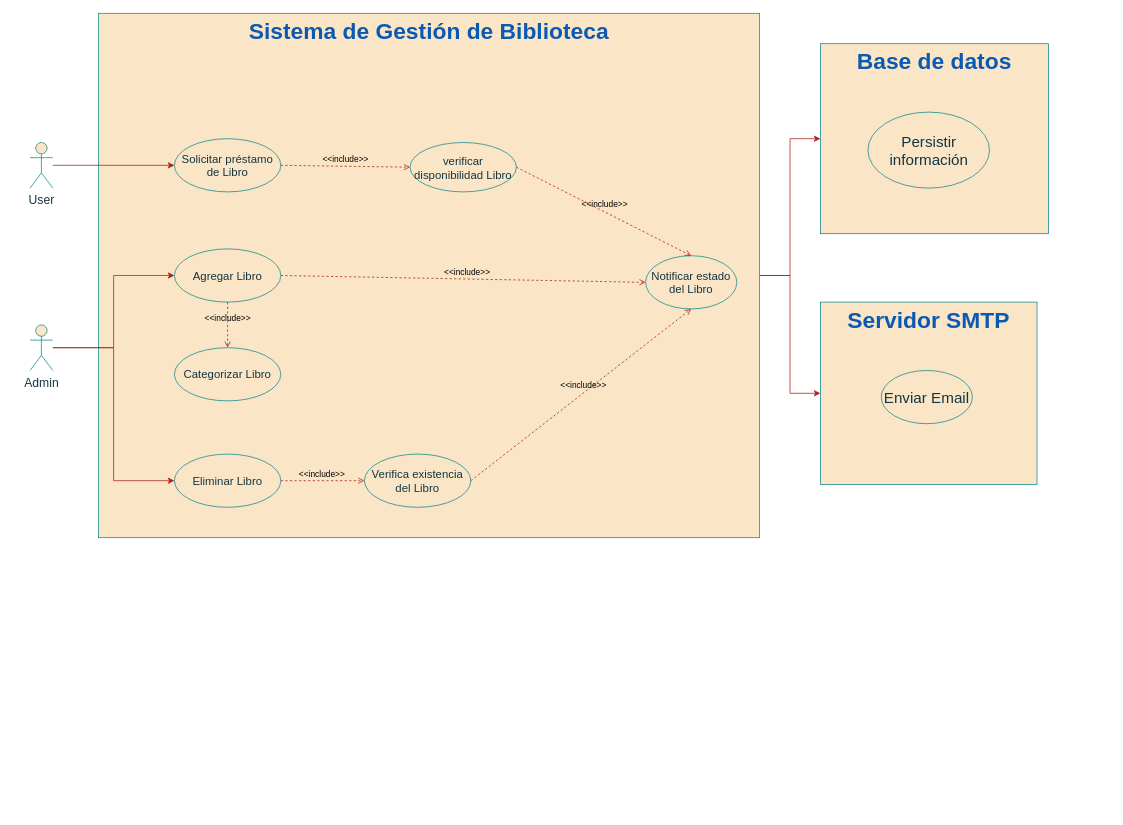
The draw.io diagram page "casosDeUso" (1 of 3) of Biblioteca.drawio in jeacevedo92/Diagramas-Arquitectura, before the edit. Source tidied: cells renumbered, new cells numbered last; positions are measured from the earlier drawing's top-left corner, leaving out a move shared by most shapes. Both pictures are drawn from the tidied source at 76%, with x=0, y=0 at pixel (30, 13).
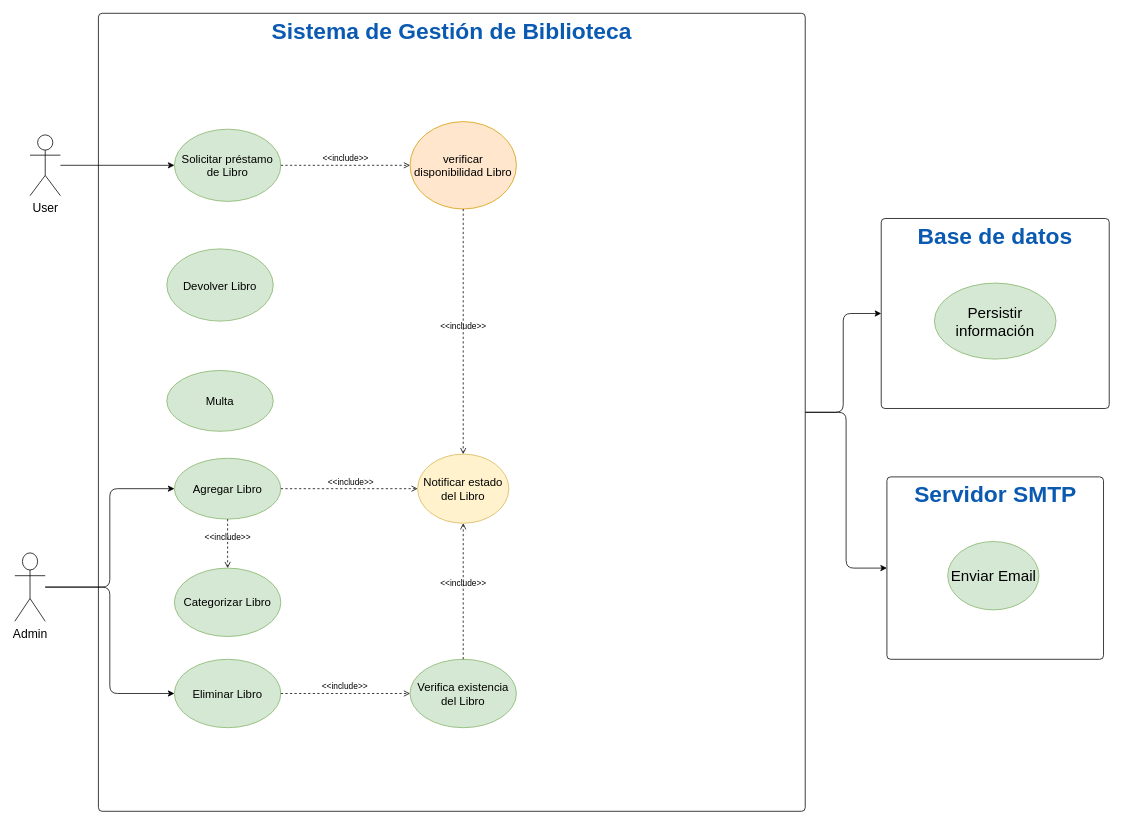
The same diagram, later.

The edit, as a diff of the source:
```diff
@@
-    <mxCell id="2" style="edgeStyle=orthogonalEdgeStyle;rounded=0;jettySize=auto;html=1;entryX=0;entryY=0.5;entryDx=0;entryDy=0;strokeColor=#A8201A;fontColor=#143642;fillColor=#FAE5C7;" parent="1" edge="1" source="4" target="23">
+    <mxCell id="2" style="edgeStyle=orthogonalEdgeStyle;rounded=1;jettySize=auto;html=1;entryX=0;entryY=0.5;entryDx=0;entryDy=0;fontColor=default;labelBackgroundColor=none;" parent="1" edge="1" source="4" target="23">
       <mxGeometry relative="1" as="geometry" />
     </mxCell>
-    <mxCell id="3" style="edgeStyle=orthogonalEdgeStyle;rounded=0;jettySize=auto;html=1;entryX=0;entryY=0.5;entryDx=0;entryDy=0;strokeColor=#A8201A;fontColor=#143642;fillColor=#FAE5C7;" parent="1" edge="1" source="4" target="24">
+    <mxCell id="3" style="edgeStyle=orthogonalEdgeStyle;rounded=1;jettySize=auto;html=1;entryX=0;entryY=0.5;entryDx=0;entryDy=0;fontColor=default;labelBackgroundColor=none;" parent="1" edge="1" source="4" target="24">
       <mxGeometry relative="1" as="geometry" />
     </mxCell>
-    <mxCell id="4" value="&lt;p style=&quot;margin: 0px; font-variant-numeric: normal; font-variant-east-asian: normal; font-variant-alternates: normal; font-kerning: auto; font-optical-sizing: auto; font-feature-settings: normal; font-variation-settings: normal; font-variant-position: normal; font-stretch: normal; line-height: normal; color: rgb(11, 90, 178); -webkit-text-stroke-color: rgb(0, 0, 0);&quot; class=&quot;p1&quot;&gt;&lt;span style=&quot;font-variant-ligatures: no-common-ligatures;&quot; class=&quot;s1&quot;&gt;&lt;b style=&quot;&quot;&gt;&lt;font style=&quot;font-size: 30px;&quot;&gt;Sistema de Gestión de Biblioteca&lt;/font&gt;&lt;/b&gt;&lt;/span&gt;&lt;/p&gt;" style="html=1;align=center;verticalAlign=top;rounded=0;absoluteArcSize=1;arcSize=10;dashed=0;whiteSpace=wrap;labelBackgroundColor=none;labelBorderColor=none;fillColor=#FAE5C7;strokeColor=#0F8B8D;fontColor=#143642;" parent="1" vertex="1">
-      <mxGeometry x="90" width="870" height="690" as="geometry" />
+    <mxCell id="4" value="&lt;p style=&quot;margin: 0px; font-variant-numeric: normal; font-variant-east-asian: normal; font-variant-alternates: normal; font-kerning: auto; font-optical-sizing: auto; font-feature-settings: normal; font-variation-settings: normal; font-variant-position: normal; font-stretch: normal; line-height: normal; color: rgb(11, 90, 178); -webkit-text-stroke-color: rgb(0, 0, 0);&quot; class=&quot;p1&quot;&gt;&lt;span style=&quot;font-variant-ligatures: no-common-ligatures;&quot; class=&quot;s1&quot;&gt;&lt;b style=&quot;&quot;&gt;&lt;font style=&quot;font-size: 30px;&quot;&gt;Sistema de Gestión de Biblioteca&lt;/font&gt;&lt;/b&gt;&lt;/span&gt;&lt;/p&gt;" style="html=1;align=center;verticalAlign=top;rounded=1;absoluteArcSize=1;arcSize=10;dashed=0;whiteSpace=wrap;labelBackgroundColor=none;labelBorderColor=none;" parent="1" vertex="1">
+      <mxGeometry x="90" width="930" height="1050" as="geometry" />
     </mxCell>
-    <mxCell id="5" style="edgeStyle=orthogonalEdgeStyle;rounded=0;jettySize=auto;html=1;entryX=0;entryY=0.5;entryDx=0;entryDy=0;labelBackgroundColor=none;fontColor=default;strokeColor=#A8201A;" parent="1" edge="1" source="6" target="11">
+    <mxCell id="5" style="edgeStyle=orthogonalEdgeStyle;rounded=1;jettySize=auto;html=1;entryX=0;entryY=0.5;entryDx=0;entryDy=0;labelBackgroundColor=none;fontColor=default;" parent="1" edge="1" source="6" target="11">
       <mxGeometry relative="1" as="geometry" />
     </mxCell>
-    <mxCell id="6" value="User" style="shape=umlActor;verticalLabelPosition=bottom;verticalAlign=top;html=1;fontSize=16;labelBackgroundColor=none;rounded=0;fillColor=#FAE5C7;strokeColor=#0F8B8D;fontColor=#143642;" parent="1" vertex="1">
-      <mxGeometry y="170" width="30" height="60" as="geometry" />
+    <mxCell id="6" value="User" style="shape=umlActor;verticalLabelPosition=bottom;verticalAlign=top;html=1;fontSize=16;labelBackgroundColor=none;rounded=1;" parent="1" vertex="1">
+      <mxGeometry y="160" width="40" height="80" as="geometry" />
     </mxCell>
-    <mxCell id="7" value="Agregar Libro" style="ellipse;whiteSpace=wrap;html=1;fontSize=15;labelBackgroundColor=none;rounded=0;fillColor=#FAE5C7;strokeColor=#0F8B8D;fontColor=#143642;" parent="1" vertex="1">
-      <mxGeometry x="190" y="310" width="140" height="70" as="geometry" />
+    <mxCell id="7" value="Agregar Libro" style="ellipse;whiteSpace=wrap;html=1;fontSize=15;labelBackgroundColor=none;rounded=1;fillColor=#d5e8d4;strokeColor=#82b366;" parent="1" vertex="1">
+      <mxGeometry x="190" y="585.5" width="140" height="80" as="geometry" />
     </mxCell>
-    <mxCell id="8" style="edgeStyle=orthogonalEdgeStyle;rounded=0;jettySize=auto;html=1;entryX=0;entryY=0.5;entryDx=0;entryDy=0;labelBackgroundColor=none;fontColor=default;strokeColor=#A8201A;" parent="1" edge="1" source="10" target="7">
+    <mxCell id="8" style="edgeStyle=orthogonalEdgeStyle;rounded=1;jettySize=auto;html=1;entryX=0;entryY=0.5;entryDx=0;entryDy=0;labelBackgroundColor=none;fontColor=default;" parent="1" edge="1" source="10" target="7">
       <mxGeometry relative="1" as="geometry" />
     </mxCell>
-    <mxCell id="9" style="edgeStyle=orthogonalEdgeStyle;rounded=0;jettySize=auto;html=1;entryX=0;entryY=0.5;entryDx=0;entryDy=0;labelBackgroundColor=none;fontColor=default;strokeColor=#A8201A;" parent="1" edge="1" source="10" target="14">
+    <mxCell id="9" style="edgeStyle=orthogonalEdgeStyle;rounded=1;jettySize=auto;html=1;entryX=0;entryY=0.5;entryDx=0;entryDy=0;labelBackgroundColor=none;fontColor=default;" parent="1" edge="1" source="10" target="14">
       <mxGeometry relative="1" as="geometry" />
     </mxCell>
-    <mxCell id="10" value="Admin" style="shape=umlActor;verticalLabelPosition=bottom;verticalAlign=top;html=1;fontSize=16;labelBackgroundColor=none;rounded=0;fillColor=#FAE5C7;strokeColor=#0F8B8D;fontColor=#143642;" parent="1" vertex="1">
-      <mxGeometry y="410" width="30" height="60" as="geometry" />
+    <mxCell id="10" value="Admin" style="shape=umlActor;verticalLabelPosition=bottom;verticalAlign=top;html=1;fontSize=16;labelBackgroundColor=none;rounded=1;" parent="1" vertex="1">
+      <mxGeometry x="-20" y="710" width="40" height="90" as="geometry" />
     </mxCell>
-    <mxCell id="11" value="Solicitar préstamo de Libro" style="ellipse;whiteSpace=wrap;html=1;fontSize=15;labelBackgroundColor=none;rounded=0;fillColor=#FAE5C7;strokeColor=#0F8B8D;fontColor=#143642;" parent="1" vertex="1">
-      <mxGeometry x="190" y="165" width="140" height="70" as="geometry" />
+    <mxCell id="11" value="Solicitar préstamo de Libro" style="ellipse;whiteSpace=wrap;html=1;fontSize=15;labelBackgroundColor=none;rounded=1;fillColor=#d5e8d4;strokeColor=#82b366;" parent="1" vertex="1">
+      <mxGeometry x="190" y="152.5" width="140" height="95" as="geometry" />
     </mxCell>
-    <mxCell id="12" value="verificar disponibilidad Libro" style="ellipse;whiteSpace=wrap;html=1;fontSize=15;labelBackgroundColor=none;rounded=0;fillColor=#FAE5C7;strokeColor=#0F8B8D;fontColor=#143642;" parent="1" vertex="1">
-      <mxGeometry x="500" y="170" width="140" height="65" as="geometry" />
+    <mxCell id="12" value="verificar disponibilidad Libro" style="ellipse;whiteSpace=wrap;html=1;fontSize=15;labelBackgroundColor=none;rounded=1;fillColor=#ffe6cc;strokeColor=#d79b00;" parent="1" vertex="1">
+      <mxGeometry x="500" y="142.5" width="140" height="115" as="geometry" />
     </mxCell>
-    <mxCell id="13" value="&amp;lt;&amp;lt;include&amp;gt;&amp;gt;" style="html=1;verticalAlign=bottom;labelBackgroundColor=none;endArrow=open;endFill=0;dashed=1;rounded=0;exitX=1;exitY=0.5;exitDx=0;exitDy=0;entryX=0;entryY=0.5;entryDx=0;entryDy=0;fontColor=default;strokeColor=#A8201A;" parent="1" edge="1" source="11" target="12">
+    <mxCell id="13" value="&amp;lt;&amp;lt;include&amp;gt;&amp;gt;" style="html=1;verticalAlign=bottom;labelBackgroundColor=none;endArrow=open;endFill=0;dashed=1;rounded=1;exitX=1;exitY=0.5;exitDx=0;exitDy=0;entryX=0;entryY=0.5;entryDx=0;entryDy=0;fontColor=default;" parent="1" edge="1" source="11" target="12">
       <mxGeometry relative="1" as="geometry" />
     </mxCell>
-    <mxCell id="14" value="Eliminar Libro" style="ellipse;whiteSpace=wrap;html=1;fontSize=15;labelBackgroundColor=none;rounded=0;fillColor=#FAE5C7;strokeColor=#0F8B8D;fontColor=#143642;" parent="1" vertex="1">
-      <mxGeometry x="190" y="580" width="140" height="70" as="geometry" />
+    <mxCell id="14" value="Eliminar Libro" style="ellipse;whiteSpace=wrap;html=1;fontSize=15;labelBackgroundColor=none;rounded=1;fillColor=#d5e8d4;strokeColor=#82b366;" parent="1" vertex="1">
+      <mxGeometry x="190" y="850" width="140" height="90" as="geometry" />
     </mxCell>
-    <mxCell id="15" value="Verifica existencia del Libro" style="ellipse;whiteSpace=wrap;html=1;fontSize=15;labelBackgroundColor=none;rounded=0;fillColor=#FAE5C7;strokeColor=#0F8B8D;fontColor=#143642;" parent="1" vertex="1">
-      <mxGeometry x="440" y="580" width="140" height="70" as="geometry" />
+    <mxCell id="15" value="Verifica existencia del Libro" style="ellipse;whiteSpace=wrap;html=1;fontSize=15;labelBackgroundColor=none;rounded=1;fillColor=#d5e8d4;strokeColor=#82b366;" parent="1" vertex="1">
+      <mxGeometry x="500" y="850" width="140" height="90" as="geometry" />
     </mxCell>
-    <mxCell id="16" value="&amp;lt;&amp;lt;include&amp;gt;&amp;gt;" style="html=1;verticalAlign=bottom;labelBackgroundColor=none;endArrow=open;endFill=0;dashed=1;rounded=0;exitX=1;exitY=0.5;exitDx=0;exitDy=0;entryX=0;entryY=0.5;entryDx=0;entryDy=0;fontColor=default;strokeColor=#A8201A;" parent="1" edge="1" source="14" target="15">
+    <mxCell id="16" value="&amp;lt;&amp;lt;include&amp;gt;&amp;gt;" style="html=1;verticalAlign=bottom;labelBackgroundColor=none;endArrow=open;endFill=0;dashed=1;rounded=1;exitX=1;exitY=0.5;exitDx=0;exitDy=0;entryX=0;entryY=0.5;entryDx=0;entryDy=0;fontColor=default;" parent="1" edge="1" source="14" target="15">
       <mxGeometry x="-0.01" relative="1" as="geometry" />
     </mxCell>
-    <mxCell id="17" value="Notificar estado del Libro" style="ellipse;whiteSpace=wrap;html=1;fontSize=15;labelBackgroundColor=none;rounded=0;fillColor=#FAE5C7;strokeColor=#0F8B8D;fontColor=#143642;" parent="1" vertex="1">
-      <mxGeometry x="810" y="319" width="120" height="70" as="geometry" />
+    <mxCell id="17" value="Notificar estado del Libro" style="ellipse;whiteSpace=wrap;html=1;fontSize=15;labelBackgroundColor=none;rounded=1;fillColor=#fff2cc;strokeColor=#d6b656;" parent="1" vertex="1">
+      <mxGeometry x="510" y="580" width="120" height="91" as="geometry" />
     </mxCell>
-    <mxCell id="18" value="&amp;lt;&amp;lt;include&amp;gt;&amp;gt;" style="html=1;verticalAlign=bottom;labelBackgroundColor=none;endArrow=open;endFill=0;dashed=1;rounded=0;exitX=1;exitY=0.5;exitDx=0;exitDy=0;entryX=0.5;entryY=0;entryDx=0;entryDy=0;fontColor=default;strokeColor=#A8201A;" parent="1" edge="1" source="12" target="17">
+    <mxCell id="18" value="&amp;lt;&amp;lt;include&amp;gt;&amp;gt;" style="html=1;verticalAlign=bottom;labelBackgroundColor=none;endArrow=open;endFill=0;dashed=1;rounded=1;exitX=0.5;exitY=1;exitDx=0;exitDy=0;entryX=0.5;entryY=0;entryDx=0;entryDy=0;fontColor=default;" parent="1" edge="1" source="12" target="17">
       <mxGeometry x="0.01" relative="1" as="geometry" />
     </mxCell>
-    <mxCell id="19" value="&amp;lt;&amp;lt;include&amp;gt;&amp;gt;" style="html=1;verticalAlign=bottom;labelBackgroundColor=none;endArrow=open;endFill=0;dashed=1;rounded=0;exitX=1;exitY=0.5;exitDx=0;exitDy=0;entryX=0;entryY=0.5;entryDx=0;entryDy=0;fontColor=default;strokeColor=#A8201A;" parent="1" edge="1" source="7" target="17">
+    <mxCell id="19" value="&amp;lt;&amp;lt;include&amp;gt;&amp;gt;" style="html=1;verticalAlign=bottom;labelBackgroundColor=none;endArrow=open;endFill=0;dashed=1;rounded=1;exitX=1;exitY=0.5;exitDx=0;exitDy=0;entryX=0;entryY=0.5;entryDx=0;entryDy=0;fontColor=default;" parent="1" edge="1" source="7" target="17">
       <mxGeometry x="0.02" relative="1" as="geometry" />
     </mxCell>
-    <mxCell id="20" value="Categorizar Libro" style="ellipse;whiteSpace=wrap;html=1;fontSize=15;labelBackgroundColor=none;rounded=0;fillColor=#FAE5C7;strokeColor=#0F8B8D;fontColor=#143642;" parent="1" vertex="1">
-      <mxGeometry x="190" y="440" width="140" height="70" as="geometry" />
+    <mxCell id="20" value="Categorizar Libro" style="ellipse;whiteSpace=wrap;html=1;fontSize=15;labelBackgroundColor=none;rounded=1;fillColor=#d5e8d4;strokeColor=#82b366;" parent="1" vertex="1">
+      <mxGeometry x="190" y="730" width="140" height="90" as="geometry" />
     </mxCell>
-    <mxCell id="21" value="&amp;lt;&amp;lt;include&amp;gt;&amp;gt;" style="html=1;verticalAlign=bottom;labelBackgroundColor=none;endArrow=open;endFill=0;dashed=1;rounded=0;exitX=0.5;exitY=1;exitDx=0;exitDy=0;entryX=0.5;entryY=0;entryDx=0;entryDy=0;fontColor=default;strokeColor=#A8201A;" parent="1" edge="1" source="7" target="20">
-      <mxGeometry x="0.02" relative="1" as="geometry" />
+    <mxCell id="21" value="&amp;lt;&amp;lt;include&amp;gt;&amp;gt;" style="html=1;verticalAlign=bottom;labelBackgroundColor=none;endArrow=open;endFill=0;dashed=1;rounded=1;exitX=0.5;exitY=1;exitDx=0;exitDy=0;entryX=0.5;entryY=0;entryDx=0;entryDy=0;fontColor=default;" parent="1" edge="1" source="7" target="20">
+      <mxGeometry x="0.01" relative="1" as="geometry" />
     </mxCell>
-    <mxCell id="22" value="&amp;lt;&amp;lt;include&amp;gt;&amp;gt;" style="html=1;verticalAlign=bottom;labelBackgroundColor=none;endArrow=open;endFill=0;dashed=1;rounded=0;exitX=1;exitY=0.5;exitDx=0;exitDy=0;entryX=0.5;entryY=1;entryDx=0;entryDy=0;fontColor=default;strokeColor=#A8201A;" parent="1" edge="1" source="15" target="17">
+    <mxCell id="22" value="&amp;lt;&amp;lt;include&amp;gt;&amp;gt;" style="html=1;verticalAlign=bottom;labelBackgroundColor=none;endArrow=open;endFill=0;dashed=1;rounded=1;exitX=0.5;exitY=0;exitDx=0;exitDy=0;fontColor=default;entryX=0.5;entryY=1;entryDx=0;entryDy=0;" parent="1" edge="1" source="15" target="17">
       <mxGeometry x="0.02" relative="1" as="geometry" />
     </mxCell>
-    <mxCell id="23" value="&lt;p style=&quot;margin: 0px; font-variant-numeric: normal; font-variant-east-asian: normal; font-variant-alternates: normal; font-kerning: auto; font-optical-sizing: auto; font-feature-settings: normal; font-variation-settings: normal; font-variant-position: normal; font-stretch: normal; line-height: normal; color: rgb(11, 90, 178); -webkit-text-stroke-color: rgb(0, 0, 0);&quot; class=&quot;p1&quot;&gt;&lt;span style=&quot;font-size: 30px; font-variant-ligatures: no-common-ligatures;&quot;&gt;&lt;b&gt;Base de datos&lt;/b&gt;&lt;/span&gt;&lt;/p&gt;" style="html=1;align=center;verticalAlign=top;rounded=0;absoluteArcSize=1;arcSize=10;dashed=0;whiteSpace=wrap;labelBackgroundColor=none;labelBorderColor=none;fillColor=#FAE5C7;strokeColor=#0F8B8D;fontColor=#143642;" parent="1" vertex="1">
-      <mxGeometry x="1040" y="40" width="300" height="250" as="geometry" />
+    <mxCell id="23" value="&lt;p style=&quot;margin: 0px; font-variant-numeric: normal; font-variant-east-asian: normal; font-variant-alternates: normal; font-kerning: auto; font-optical-sizing: auto; font-feature-settings: normal; font-variation-settings: normal; font-variant-position: normal; font-stretch: normal; line-height: normal; color: rgb(11, 90, 178); -webkit-text-stroke-color: rgb(0, 0, 0);&quot; class=&quot;p1&quot;&gt;&lt;span style=&quot;font-size: 30px; font-variant-ligatures: no-common-ligatures;&quot;&gt;&lt;b&gt;Base de datos&lt;/b&gt;&lt;/span&gt;&lt;/p&gt;" style="html=1;align=center;verticalAlign=top;rounded=1;absoluteArcSize=1;arcSize=10;dashed=0;whiteSpace=wrap;labelBackgroundColor=none;labelBorderColor=none;" parent="1" vertex="1">
+      <mxGeometry x="1120" y="270" width="300" height="250" as="geometry" />
     </mxCell>
-    <mxCell id="24" value="&lt;p style=&quot;margin: 0px; font-variant-numeric: normal; font-variant-east-asian: normal; font-variant-alternates: normal; font-kerning: auto; font-optical-sizing: auto; font-feature-settings: normal; font-variation-settings: normal; font-variant-position: normal; font-stretch: normal; line-height: normal; color: rgb(11, 90, 178); -webkit-text-stroke-color: rgb(0, 0, 0);&quot; class=&quot;p1&quot;&gt;&lt;span style=&quot;font-variant-ligatures: no-common-ligatures;&quot; class=&quot;s1&quot;&gt;&lt;b style=&quot;&quot;&gt;&lt;font style=&quot;font-size: 30px;&quot;&gt;Servidor SMTP&lt;/font&gt;&lt;/b&gt;&lt;/span&gt;&lt;/p&gt;" style="html=1;align=center;verticalAlign=top;rounded=0;absoluteArcSize=1;arcSize=10;dashed=0;whiteSpace=wrap;labelBackgroundColor=none;labelBorderColor=none;fillColor=#FAE5C7;strokeColor=#0F8B8D;fontColor=#143642;" parent="1" vertex="1">
-      <mxGeometry x="1040" y="380" width="285" height="240" as="geometry" />
+    <mxCell id="24" value="&lt;p style=&quot;margin: 0px; font-variant-numeric: normal; font-variant-east-asian: normal; font-variant-alternates: normal; font-kerning: auto; font-optical-sizing: auto; font-feature-settings: normal; font-variation-settings: normal; font-variant-position: normal; font-stretch: normal; line-height: normal; color: rgb(11, 90, 178); -webkit-text-stroke-color: rgb(0, 0, 0);&quot; class=&quot;p1&quot;&gt;&lt;span style=&quot;font-variant-ligatures: no-common-ligatures;&quot; class=&quot;s1&quot;&gt;&lt;b style=&quot;&quot;&gt;&lt;font style=&quot;font-size: 30px;&quot;&gt;Servidor SMTP&lt;/font&gt;&lt;/b&gt;&lt;/span&gt;&lt;/p&gt;" style="html=1;align=center;verticalAlign=top;rounded=1;absoluteArcSize=1;arcSize=10;dashed=0;whiteSpace=wrap;labelBackgroundColor=none;labelBorderColor=none;" parent="1" vertex="1">
+      <mxGeometry x="1127.5" y="610" width="285" height="240" as="geometry" />
     </mxCell>
-    <mxCell id="25" value="Enviar Email" style="ellipse;whiteSpace=wrap;html=1;fontSize=20;labelBackgroundColor=none;rounded=0;fillColor=#FAE5C7;strokeColor=#0F8B8D;fontColor=#143642;" parent="1" vertex="1">
-      <mxGeometry x="1120" y="470" width="120" height="70" as="geometry" />
+    <mxCell id="25" value="Enviar Email" style="ellipse;whiteSpace=wrap;html=1;fontSize=20;labelBackgroundColor=none;rounded=1;fillColor=#d5e8d4;strokeColor=#82b366;" parent="1" vertex="1">
+      <mxGeometry x="1207.5" y="695" width="120" height="90" as="geometry" />
     </mxCell>
-    <mxCell id="26" value="Persistir información" style="ellipse;whiteSpace=wrap;html=1;fontSize=20;labelBackgroundColor=none;rounded=0;fillColor=#FAE5C7;strokeColor=#0F8B8D;fontColor=#143642;" parent="1" vertex="1">
-      <mxGeometry x="1102.5" y="130" width="160" height="100" as="geometry" />
+    <mxCell id="26" value="Persistir información" style="ellipse;whiteSpace=wrap;html=1;fontSize=20;labelBackgroundColor=none;rounded=1;fillColor=#d5e8d4;strokeColor=#82b366;" parent="1" vertex="1">
+      <mxGeometry x="1190" y="355" width="160" height="100" as="geometry" />
     </mxCell>
+    <mxCell id="27" value="Devolver Libro" style="ellipse;whiteSpace=wrap;html=1;fontSize=15;labelBackgroundColor=none;rounded=1;fillColor=#d5e8d4;strokeColor=#82b366;" parent="1" vertex="1">
+      <mxGeometry x="180" y="310" width="140" height="95" as="geometry" />
+    </mxCell>
+    <mxCell id="28" value="Multa" style="ellipse;whiteSpace=wrap;html=1;fontSize=15;labelBackgroundColor=none;rounded=1;fillColor=#d5e8d4;strokeColor=#82b366;" parent="1" vertex="1">
+      <mxGeometry x="180" y="470" width="140" height="80" as="geometry" />
+    </mxCell>
```
